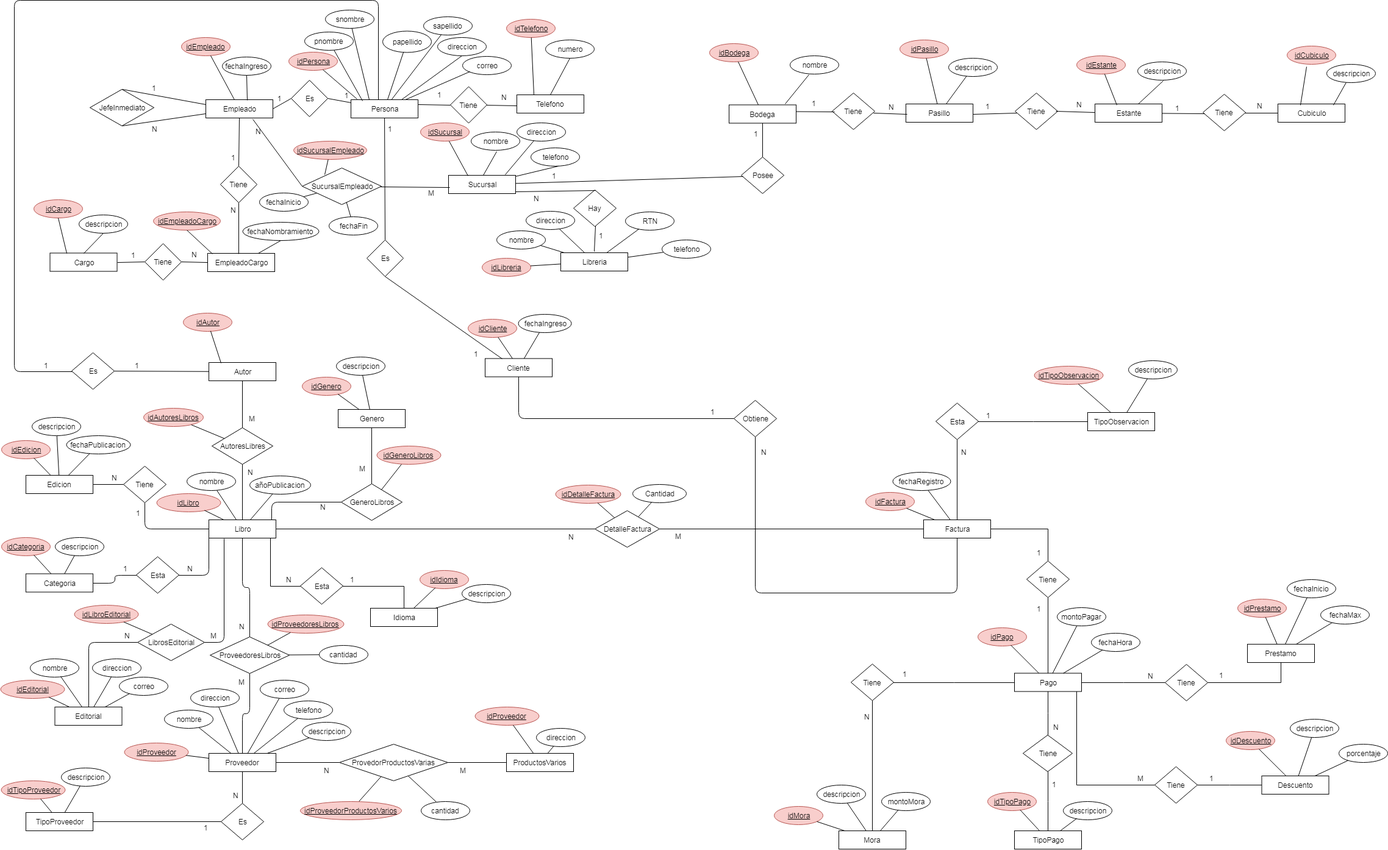
Before: proyectoDB-ER.png, a diagram exported from draw.io (Oseas1995/ProyectoBaseI). Source tidied: cells renumbered, new cells last; positions are measured from the earlier drawing's top-left corner, leaving out a move shared by most shapes.
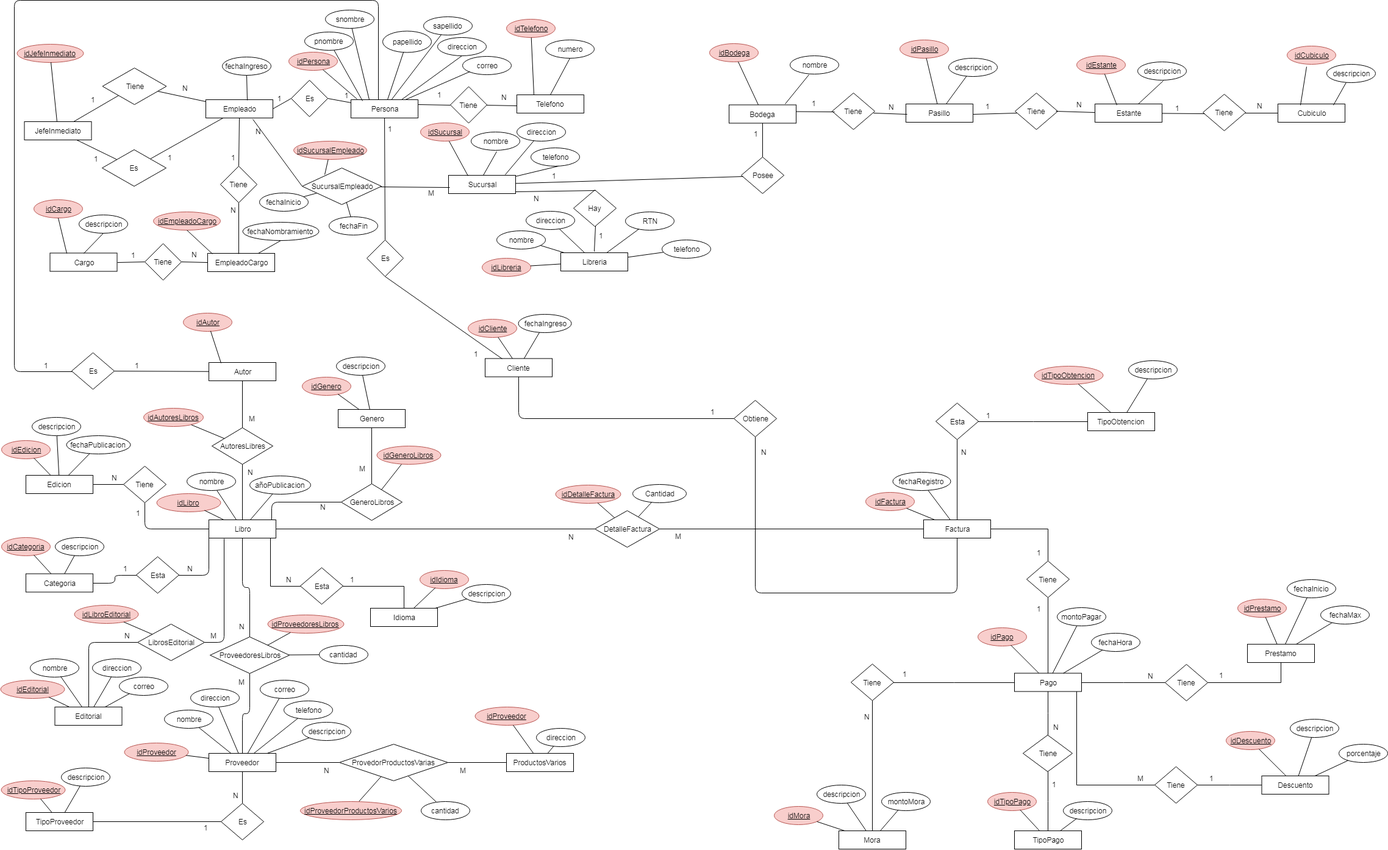
After the commit.

Diff of the diagram source:
```diff
@@ -85,13 +85,13 @@
     <mxCell id="25" style="endArrow=none;html=1;entryX=0.5;entryY=1;entryDx=0;entryDy=0;exitX=0.25;exitY=0;exitDx=0;exitDy=0;" parent="1" edge="1" source="8" target="23">
       <mxGeometry relative="1" as="geometry" />
     </mxCell>
-    <mxCell id="26" value="JefeInmediato" style="rhombus;whiteSpace=wrap;html=1;" parent="1" vertex="1">
-      <mxGeometry x="146" y="146" width="105" height="60" as="geometry" />
+    <mxCell id="26" value="Es" style="rhombus;whiteSpace=wrap;html=1;" parent="1" vertex="1">
+      <mxGeometry x="166" y="245" width="105" height="60" as="geometry" />
     </mxCell>
-    <mxCell id="27" style="endArrow=none;html=1;exitX=0.5;exitY=0;exitDx=0;exitDy=0;entryX=0;entryY=0.25;entryDx=0;entryDy=0;" parent="1" edge="1" source="26" target="5">
+    <mxCell id="27" style="endArrow=none;html=1;" parent="1" edge="1" source="26" target="5">
       <mxGeometry relative="1" as="geometry" />
     </mxCell>
-    <mxCell id="28" style="endArrow=none;html=1;entryX=0.5;entryY=1;entryDx=0;entryDy=0;exitX=0;exitY=0.75;exitDx=0;exitDy=0;" parent="1" edge="1" source="5" target="26">
+    <mxCell id="28" style="endArrow=none;html=1;" parent="1" edge="1" source="364" target="26">
       <mxGeometry relative="1" as="geometry" />
     </mxCell>
     <mxCell id="29" value="&lt;u&gt;idPersona&lt;/u&gt;" style="ellipse;whiteSpace=wrap;html=1;fillColor=#f8cecc;strokeColor=#b85450;" parent="1" vertex="1">
@@ -130,17 +130,17 @@
     <mxCell id="40" value="fechaIngreso" style="ellipse;whiteSpace=wrap;html=1;" parent="1" vertex="1">
       <mxGeometry x="363" y="92.5" width="80" height="30" as="geometry" />
     </mxCell>
-    <mxCell id="41" value="&lt;u&gt;idEmpleado&lt;/u&gt;" style="ellipse;whiteSpace=wrap;html=1;fillColor=#f8cecc;strokeColor=#b85450;" parent="1" vertex="1">
-      <mxGeometry x="296" y="61" width="80" height="30" as="geometry" />
+    <mxCell id="41" value="&lt;u&gt;idJefeInmediato&lt;/u&gt;" style="ellipse;whiteSpace=wrap;html=1;fillColor=#f8cecc;strokeColor=#b85450;" parent="1" vertex="1">
+      <mxGeometry x="26" y="71.5" width="109" height="30" as="geometry" />
     </mxCell>
     <mxCell id="42" value="numero" style="ellipse;whiteSpace=wrap;html=1;" parent="1" vertex="1">
       <mxGeometry x="893" y="65" width="80" height="30" as="geometry" />
     </mxCell>
     <mxCell id="43" value="1" style="text;html=1;align=left;verticalAlign=top;spacingTop=-4;" parent="1" vertex="1">
-      <mxGeometry x="246" y="135" width="20" height="20" as="geometry" />
+      <mxGeometry x="151" y="251" width="20" height="20" as="geometry" />
     </mxCell>
-    <mxCell id="44" value="N" style="text;html=1;align=left;verticalAlign=top;spacingTop=-4;" parent="1" vertex="1">
-      <mxGeometry x="246" y="202" width="20" height="20" as="geometry" />
+    <mxCell id="44" value="1" style="text;html=1;align=left;verticalAlign=top;spacingTop=-4;" parent="1" vertex="1">
+      <mxGeometry x="146" y="154" width="20" height="20" as="geometry" />
     </mxCell>
     <mxCell id="45" style="endArrow=none;html=1;strokeColor=#000000;exitX=0.95;exitY=0.8;exitDx=0;exitDy=0;exitPerimeter=0;" parent="1" edge="1" source="14" target="29">
       <mxGeometry relative="1" as="geometry" />
@@ -167,7 +167,7 @@
     <mxCell id="51" style="endArrow=none;html=1;strokeColor=#000000;exitX=0.75;exitY=0;exitDx=0;exitDy=0;entryX=0.5;entryY=1;entryDx=0;entryDy=0;" parent="1" edge="1" source="2" target="37">
       <mxGeometry relative="1" as="geometry" />
     </mxCell>
-    <mxCell id="52" style="endArrow=none;html=1;strokeColor=#000000;" parent="1" edge="1" source="5" target="41">
+    <mxCell id="52" style="endArrow=none;html=1;strokeColor=#000000;" parent="1" edge="1" source="364" target="41">
       <mxGeometry relative="1" as="geometry" />
     </mxCell>
     <mxCell id="53" style="endArrow=none;html=1;exitX=0.618;exitY=0.033;exitDx=0;exitDy=0;strokeColor=#000000;entryX=0.5;entryY=1;entryDx=0;entryDy=0;exitPerimeter=0;" parent="1" edge="1" source="5" target="40">
@@ -296,7 +296,7 @@
     <mxCell id="94" value="Cubiculo" style="rounded=0;whiteSpace=wrap;html=1;" parent="1" vertex="1">
       <mxGeometry x="2094" y="170" width="110" height="30" as="geometry" />
     </mxCell>
-    <mxCell id="95" value="TipoObservacion" style="rounded=0;whiteSpace=wrap;html=1;" parent="1" vertex="1">
+    <mxCell id="95" value="TipoObtencion" style="rounded=0;whiteSpace=wrap;html=1;" parent="1" vertex="1">
       <mxGeometry x="1782" y="676" width="110" height="30" as="geometry" />
     </mxCell>
     <mxCell id="96" value="Pago" style="rounded=0;whiteSpace=wrap;html=1;" parent="1" vertex="1">
@@ -918,7 +918,7 @@
     <mxCell id="295" value="&lt;u&gt;idFactura&lt;/u&gt;" style="ellipse;whiteSpace=wrap;html=1;fillColor=#f8cecc;strokeColor=#b85450;" parent="1" vertex="1">
       <mxGeometry x="1418.2" y="807" width="80" height="30" as="geometry" />
     </mxCell>
-    <mxCell id="296" value="&lt;u&gt;idTipoObservacion&lt;/u&gt;" style="ellipse;whiteSpace=wrap;html=1;fillColor=#f8cecc;strokeColor=#b85450;" parent="1" vertex="1">
+    <mxCell id="296" value="&lt;u&gt;idTipoObtencion&lt;/u&gt;" style="ellipse;whiteSpace=wrap;html=1;fillColor=#f8cecc;strokeColor=#b85450;" parent="1" vertex="1">
       <mxGeometry x="1694" y="600" width="113" height="30" as="geometry" />
     </mxCell>
     <mxCell id="297" value="descripcion" style="ellipse;whiteSpace=wrap;html=1;" parent="1" vertex="1">
@@ -1127,5 +1127,23 @@
     <mxCell id="363" value="M" style="text;html=1;align=left;verticalAlign=top;spacingTop=-4;" parent="1" vertex="1">
       <mxGeometry x="751" y="1254" width="30" height="20" as="geometry" />
     </mxCell>
+    <mxCell id="364" value="JefeInmediato" style="rounded=0;whiteSpace=wrap;html=1;" parent="1" vertex="1">
+      <mxGeometry x="38.5" y="199" width="110" height="30" as="geometry" />
+    </mxCell>
+    <mxCell id="365" value="1" style="text;html=1;align=left;verticalAlign=top;spacingTop=-4;" parent="1" vertex="1">
+      <mxGeometry x="272" y="249" width="20" height="20" as="geometry" />
+    </mxCell>
+    <mxCell id="366" value="Tiene" style="rhombus;whiteSpace=wrap;html=1;" parent="1" vertex="1">
+      <mxGeometry x="166.5" y="111" width="105" height="60" as="geometry" />
+    </mxCell>
+    <mxCell id="367" style="endArrow=none;html=1;strokeColor=#000000;" parent="1" edge="1" source="364" target="366">
+      <mxGeometry relative="1" as="geometry" />
+    </mxCell>
+    <mxCell id="368" style="endArrow=none;html=1;strokeColor=#000000;" parent="1" edge="1" source="5" target="366">
+      <mxGeometry relative="1" as="geometry" />
+    </mxCell>
+    <mxCell id="369" value="N" style="text;html=1;align=left;verticalAlign=top;spacingTop=-4;" parent="1" vertex="1">
+      <mxGeometry x="296" y="135" width="20" height="20" as="geometry" />
+    </mxCell>
   </root>
 </mxGraphModel>
```
